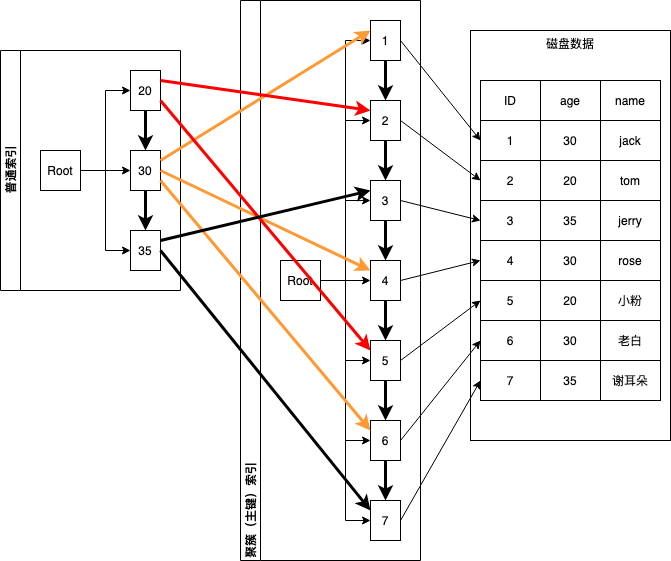
This is mysql-mrr.png from GallantKong/diagram, a draw.io export, as it was before one commit. Source tidied: cells renumbered, new cells last; positions are measured from the earlier drawing's top-left corner, leaving out a move shared by most shapes.
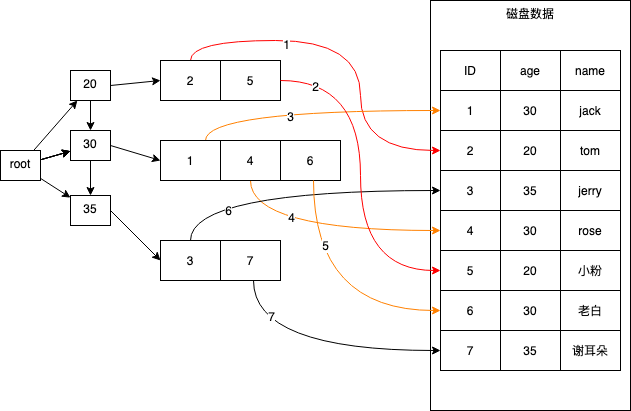
The same diagram one commit later.

Change to the diagram source:
```diff
@@ -5,33 +5,6 @@
     <mxCell id="2" value="磁盘数据" style="rounded=0;whiteSpace=wrap;html=1;labelBackgroundColor=none;verticalAlign=top;" parent="1" vertex="1">
       <mxGeometry x="470" y="30" width="200" height="410" as="geometry" />
     </mxCell>
-    <mxCell id="3" value="普通索引" style="swimlane;html=1;startSize=20;horizontal=0;horizontalTree=1;containerType=tree;" parent="1" vertex="1">
-      <mxGeometry y="50" width="180" height="240" as="geometry" />
-    </mxCell>
-    <mxCell id="4" value="Root" style="whiteSpace=wrap;html=1;" parent="3" vertex="1">
-      <mxGeometry x="40" y="100" width="40" height="40" as="geometry" />
-    </mxCell>
-    <mxCell id="5" value="30" style="whiteSpace=wrap;html=1;" parent="3" vertex="1">
-      <mxGeometry x="130" y="100" width="30" height="40" as="geometry" />
-    </mxCell>
-    <mxCell id="6" style="edgeStyle=elbowEdgeStyle;elbow=horizontal;html=1;rounded=0;" parent="3" edge="1" source="4" target="5">
-      <mxGeometry relative="1" as="geometry" />
-    </mxCell>
-    <mxCell id="7" value="20" style="whiteSpace=wrap;html=1;" parent="3" vertex="1">
-      <mxGeometry x="130" y="20" width="30" height="40" as="geometry" />
-    </mxCell>
-    <mxCell id="8" style="edgeStyle=elbowEdgeStyle;elbow=horizontal;html=1;rounded=0;" parent="3" edge="1" source="4" target="7">
-      <mxGeometry relative="1" as="geometry" />
-    </mxCell>
-    <mxCell id="9" value="35" style="whiteSpace=wrap;html=1;" parent="3" vertex="1">
-      <mxGeometry x="130" y="180" width="30" height="40" as="geometry" />
-    </mxCell>
-    <mxCell id="10" style="edgeStyle=orthogonalEdgeStyle;rounded=0;jettySize=auto;html=1;entryX=0;entryY=0.5;entryDx=0;entryDy=0;" parent="3" edge="1" source="4" target="9">
-      <mxGeometry relative="1" as="geometry" />
-    </mxCell>
-    <mxCell id="11" style="endArrow=classic;html=1;fontSize=12;strokeWidth=3;fillColor=#FF960D;entryX=0.5;entryY=0;entryDx=0;entryDy=0;exitX=0.5;exitY=1;exitDx=0;exitDy=0;" parent="3" edge="1" source="7" target="5">
-      <mxGeometry relative="1" as="geometry" />
-    </mxCell>
     <mxCell id="12" style="shape=table;html=1;whiteSpace=wrap;startSize=0;" parent="1" vertex="1">
       <mxGeometry x="480" y="80" width="180" height="320" as="geometry" />
     </mxCell>
@@ -131,130 +104,131 @@
     <mxCell id="44" value="谢耳朵" style="shape=partialRectangle;html=1;whiteSpace=wrap;overflow=hidden;fillColor=none;top=0;left=0;bottom=0;right=0;" parent="41" vertex="1">
       <mxGeometry x="120" width="60" height="40" as="geometry" />
     </mxCell>
-    <mxCell id="45" value="聚簇（主键）索引" style="swimlane;html=1;startSize=20;horizontal=0;horizontalTree=1;containerType=tree;align=left;" parent="1" vertex="1">
-      <mxGeometry x="240" width="180" height="560" as="geometry" />
-    </mxCell>
-    <mxCell id="46" value="Root" style="whiteSpace=wrap;html=1;" parent="45" vertex="1">
-      <mxGeometry x="40" y="260" width="40" height="40" as="geometry" />
-    </mxCell>
-    <mxCell id="47" value="1" style="whiteSpace=wrap;html=1;" parent="45" vertex="1">
-      <mxGeometry x="130" y="20" width="30" height="40" as="geometry" />
-    </mxCell>
-    <mxCell id="48" style="edgeStyle=elbowEdgeStyle;elbow=horizontal;html=1;rounded=0;" parent="45" edge="1" source="46" target="47">
-      <mxGeometry relative="1" as="geometry" />
-    </mxCell>
-    <mxCell id="49" value="2" style="whiteSpace=wrap;html=1;" parent="45" vertex="1">
-      <mxGeometry x="130" y="100" width="30" height="40" as="geometry" />
-    </mxCell>
-    <mxCell id="50" style="edgeStyle=elbowEdgeStyle;elbow=horizontal;html=1;rounded=0;" parent="45" edge="1" source="46" target="49">
-      <mxGeometry relative="1" as="geometry" />
-    </mxCell>
-    <mxCell id="51" value="3" style="whiteSpace=wrap;html=1;" parent="45" vertex="1">
-      <mxGeometry x="130" y="180" width="30" height="40" as="geometry" />
-    </mxCell>
-    <mxCell id="52" style="edgeStyle=orthogonalEdgeStyle;rounded=0;jettySize=auto;html=1;entryX=0;entryY=0.5;entryDx=0;entryDy=0;" parent="45" edge="1" source="46" target="51">
-      <mxGeometry relative="1" as="geometry" />
-    </mxCell>
-    <mxCell id="53" style="edgeStyle=orthogonalEdgeStyle;rounded=0;jettySize=auto;html=1;entryX=0;entryY=0.5;entryDx=0;entryDy=0;" parent="45" edge="1" source="46" target="54">
-      <mxGeometry relative="1" as="geometry" />
-    </mxCell>
-    <mxCell id="54" value="4" style="whiteSpace=wrap;html=1;" parent="45" vertex="1">
-      <mxGeometry x="130" y="260" width="30" height="40" as="geometry" />
-    </mxCell>
-    <mxCell id="55" style="edgeStyle=orthogonalEdgeStyle;rounded=0;jettySize=auto;html=1;entryX=0;entryY=0.5;entryDx=0;entryDy=0;" parent="45" edge="1" source="46" target="56">
-      <mxGeometry relative="1" as="geometry" />
-    </mxCell>
-    <mxCell id="56" value="5" style="whiteSpace=wrap;html=1;" parent="45" vertex="1">
-      <mxGeometry x="130" y="340" width="30" height="40" as="geometry" />
-    </mxCell>
-    <mxCell id="57" style="edgeStyle=orthogonalEdgeStyle;rounded=0;jettySize=auto;html=1;entryX=0;entryY=0.5;entryDx=0;entryDy=0;" parent="45" edge="1" source="46" target="58">
-      <mxGeometry relative="1" as="geometry" />
-    </mxCell>
-    <mxCell id="58" value="6" style="whiteSpace=wrap;html=1;" parent="45" vertex="1">
-      <mxGeometry x="130" y="420" width="30" height="40" as="geometry" />
-    </mxCell>
-    <mxCell id="59" style="edgeStyle=orthogonalEdgeStyle;rounded=0;jettySize=auto;html=1;entryX=0;entryY=0.5;entryDx=0;entryDy=0;" parent="45" edge="1" source="46" target="60">
-      <mxGeometry relative="1" as="geometry" />
-    </mxCell>
-    <mxCell id="60" value="7" style="whiteSpace=wrap;html=1;" parent="45" vertex="1">
-      <mxGeometry x="130" y="500" width="30" height="40" as="geometry" />
-    </mxCell>
-    <mxCell id="61" style="edgeStyle=none;rounded=0;jettySize=auto;html=1;exitX=1;exitY=0.25;exitDx=0;exitDy=0;entryX=0;entryY=0.25;entryDx=0;entryDy=0;strokeColor=#FF9933;fontSize=22;strokeWidth=3;" parent="1" edge="1" source="5" target="47">
-      <mxGeometry relative="1" as="geometry" />
-    </mxCell>
-    <mxCell id="62" style="edgeStyle=none;rounded=0;jettySize=auto;html=1;exitX=1;exitY=0.5;exitDx=0;exitDy=0;entryX=0;entryY=0.25;entryDx=0;entryDy=0;strokeColor=#FF9933;fontSize=22;strokeWidth=3;" parent="1" edge="1" source="5" target="54">
-      <mxGeometry relative="1" as="geometry" />
-    </mxCell>
-    <mxCell id="63" style="edgeStyle=none;rounded=0;jettySize=auto;html=1;exitX=1;exitY=0.75;exitDx=0;exitDy=0;entryX=0;entryY=0.25;entryDx=0;entryDy=0;strokeColor=#FF9933;fontSize=22;strokeWidth=3;" parent="1" edge="1" source="5" target="58">
-      <mxGeometry relative="1" as="geometry" />
-    </mxCell>
-    <mxCell id="64" style="edgeStyle=none;rounded=0;jettySize=auto;html=1;exitX=1;exitY=0.5;exitDx=0;exitDy=0;entryX=0;entryY=0.5;entryDx=0;entryDy=0;" parent="1" edge="1" source="47" target="17">
-      <mxGeometry relative="1" as="geometry" />
-    </mxCell>
-    <mxCell id="65" style="edgeStyle=none;rounded=0;jettySize=auto;html=1;exitX=1;exitY=0.5;exitDx=0;exitDy=0;entryX=0;entryY=0.5;entryDx=0;entryDy=0;" parent="1" edge="1" source="49" target="21">
-      <mxGeometry relative="1" as="geometry" />
-    </mxCell>
-    <mxCell id="66" style="edgeStyle=none;rounded=0;jettySize=auto;html=1;exitX=1;exitY=0.5;exitDx=0;exitDy=0;entryX=0;entryY=0.5;entryDx=0;entryDy=0;" parent="1" edge="1" source="51" target="25">
-      <mxGeometry relative="1" as="geometry" />
-    </mxCell>
-    <mxCell id="67" style="edgeStyle=none;rounded=0;jettySize=auto;html=1;exitX=1;exitY=0.5;exitDx=0;exitDy=0;entryX=0;entryY=0.5;entryDx=0;entryDy=0;" parent="1" edge="1" source="54" target="29">
-      <mxGeometry relative="1" as="geometry" />
-    </mxCell>
-    <mxCell id="68" style="edgeStyle=none;rounded=0;jettySize=auto;html=1;exitX=1;exitY=0.5;exitDx=0;exitDy=0;entryX=0;entryY=0.5;entryDx=0;entryDy=0;" parent="1" edge="1" source="56" target="33">
-      <mxGeometry relative="1" as="geometry" />
-    </mxCell>
-    <mxCell id="69" style="edgeStyle=none;rounded=0;jettySize=auto;html=1;exitX=1;exitY=0.5;exitDx=0;exitDy=0;entryX=0;entryY=0.5;entryDx=0;entryDy=0;" parent="1" edge="1" source="58" target="37">
-      <mxGeometry relative="1" as="geometry" />
-    </mxCell>
-    <mxCell id="70" style="edgeStyle=none;rounded=0;jettySize=auto;html=1;exitX=1;exitY=0.5;exitDx=0;exitDy=0;entryX=0;entryY=0.5;entryDx=0;entryDy=0;" parent="1" edge="1" source="60" target="41">
-      <mxGeometry relative="1" as="geometry" />
-    </mxCell>
-    <mxCell id="71" style="edgeStyle=none;rounded=0;jettySize=auto;html=1;exitX=1;exitY=0.25;exitDx=0;exitDy=0;entryX=0;entryY=0.25;entryDx=0;entryDy=0;strokeColor=#FF0000;fontStyle=1;fontSize=12;horizontal=1;strokeWidth=3;" parent="1" edge="1" source="7" target="49">
-      <mxGeometry relative="1" as="geometry" />
-    </mxCell>
-    <mxCell id="72" style="edgeStyle=none;rounded=0;jettySize=auto;html=1;exitX=1;exitY=0.75;exitDx=0;exitDy=0;entryX=0;entryY=0.25;entryDx=0;entryDy=0;strokeColor=#FF0000;fontSize=22;strokeWidth=3;" parent="1" edge="1" source="7" target="56">
-      <mxGeometry relative="1" as="geometry" />
-    </mxCell>
-    <mxCell id="73" style="edgeStyle=none;rounded=0;jettySize=auto;html=1;exitX=1;exitY=0.25;exitDx=0;exitDy=0;entryX=0;entryY=0.25;entryDx=0;entryDy=0;fontSize=22;strokeWidth=3;" parent="1" edge="1" source="9" target="51">
-      <mxGeometry relative="1" as="geometry" />
-    </mxCell>
-    <mxCell id="74" style="edgeStyle=none;rounded=0;jettySize=auto;html=1;exitX=1;exitY=0.5;exitDx=0;exitDy=0;entryX=0;entryY=0.25;entryDx=0;entryDy=0;fillColor=#FF960D;fontSize=22;strokeWidth=3;" parent="1" edge="1" source="9" target="60">
-      <mxGeometry relative="1" as="geometry" />
-    </mxCell>
-    <mxCell id="75" style="endArrow=classic;html=1;fontSize=12;strokeWidth=3;fillColor=#FF960D;entryX=0.5;entryY=0;entryDx=0;entryDy=0;" parent="1" edge="1" target="9">
-      <mxGeometry relative="1" as="geometry">
-        <mxPoint x="145" y="190" as="sourcePoint" />
-      </mxGeometry>
-    </mxCell>
-    <mxCell id="76" style="endArrow=classic;html=1;fontSize=12;strokeWidth=3;fillColor=#FF960D;exitX=0.5;exitY=1;exitDx=0;exitDy=0;" parent="1" edge="1" source="47">
-      <mxGeometry relative="1" as="geometry">
-        <mxPoint x="385" y="100" as="targetPoint" />
-      </mxGeometry>
-    </mxCell>
-    <mxCell id="77" style="endArrow=classic;html=1;fontSize=12;strokeWidth=3;fillColor=#FF960D;entryX=0.5;entryY=0;entryDx=0;entryDy=0;" parent="1" edge="1" target="51">
-      <mxGeometry relative="1" as="geometry">
-        <mxPoint x="385" y="140" as="sourcePoint" />
-      </mxGeometry>
-    </mxCell>
-    <mxCell id="78" style="endArrow=classic;html=1;fontSize=12;strokeWidth=3;fillColor=#FF960D;entryX=0.5;entryY=0;entryDx=0;entryDy=0;" parent="1" edge="1" target="54">
-      <mxGeometry relative="1" as="geometry">
-        <mxPoint x="385" y="220" as="sourcePoint" />
-      </mxGeometry>
-    </mxCell>
-    <mxCell id="79" style="endArrow=classic;html=1;fontSize=12;strokeWidth=3;fillColor=#FF960D;entryX=0.5;entryY=0;entryDx=0;entryDy=0;" parent="1" edge="1" target="60">
-      <mxGeometry relative="1" as="geometry">
-        <mxPoint x="385" y="460" as="sourcePoint" />
-      </mxGeometry>
-    </mxCell>
-    <mxCell id="80" style="endArrow=classic;html=1;fontSize=12;strokeWidth=3;fillColor=#FF960D;entryX=0.5;entryY=0;entryDx=0;entryDy=0;" parent="1" edge="1" target="58">
-      <mxGeometry relative="1" as="geometry">
-        <mxPoint x="385" y="380" as="sourcePoint" />
-      </mxGeometry>
-    </mxCell>
-    <mxCell id="81" style="endArrow=classic;html=1;fontSize=12;strokeWidth=3;fillColor=#FF960D;exitX=0.5;exitY=1;exitDx=0;exitDy=0;" parent="1" edge="1" source="54">
-      <mxGeometry relative="1" as="geometry">
-        <mxPoint x="385" y="340" as="targetPoint" />
-      </mxGeometry>
-    </mxCell>
+    <mxCell id="82" style="edgeStyle=none;rounded=0;jettySize=auto;html=1;fontSize=12;strokeColor=#000000;strokeWidth=1;fillColor=#FF960D;" parent="1" edge="1" source="88" target="7">
+      <mxGeometry relative="1" as="geometry" />
+    </mxCell>
+    <mxCell id="83" style="edgeStyle=none;rounded=0;jettySize=auto;html=1;fontSize=12;strokeColor=#000000;strokeWidth=1;fillColor=#FF960D;" parent="1" edge="1" source="88" target="5">
+      <mxGeometry relative="1" as="geometry" />
+    </mxCell>
+    <mxCell id="84" style="edgeStyle=none;rounded=0;jettySize=auto;html=1;fontSize=12;strokeColor=#000000;strokeWidth=1;fillColor=#FF960D;" parent="1" edge="1" source="88" target="5">
+      <mxGeometry relative="1" as="geometry" />
+    </mxCell>
+    <mxCell id="85" style="edgeStyle=none;rounded=0;jettySize=auto;html=1;fontSize=12;strokeColor=#000000;strokeWidth=1;fillColor=#FF960D;" parent="1" edge="1" source="88" target="5">
+      <mxGeometry relative="1" as="geometry" />
+    </mxCell>
+    <mxCell id="86" style="edgeStyle=none;rounded=0;jettySize=auto;html=1;fontSize=12;strokeColor=#000000;strokeWidth=1;fillColor=#FF960D;" parent="1" edge="1" source="88" target="5">
+      <mxGeometry relative="1" as="geometry" />
+    </mxCell>
+    <mxCell id="87" style="edgeStyle=none;rounded=0;jettySize=auto;html=1;fontSize=12;strokeColor=#000000;strokeWidth=1;fillColor=#FF960D;" parent="1" edge="1" source="88" target="9">
+      <mxGeometry relative="1" as="geometry" />
+    </mxCell>
+    <mxCell id="88" value="&lt;font style=&quot;font-size: 12px&quot;&gt;root&lt;/font&gt;" style="rounded=0;whiteSpace=wrap;html=1;labelBackgroundColor=none;fontSize=12;verticalAlign=top;" parent="1" vertex="1">
+      <mxGeometry x="40" y="180" width="40" height="30" as="geometry" />
+    </mxCell>
+    <mxCell id="11" style="edgeStyle=none;rounded=0;jettySize=auto;html=1;exitX=0.5;exitY=1;exitDx=0;exitDy=0;entryX=0.5;entryY=0;entryDx=0;entryDy=0;fontSize=12;strokeColor=#000000;strokeWidth=1;fillColor=#FF960D;" parent="1" edge="1" source="7" target="5">
+      <mxGeometry relative="1" as="geometry" />
+    </mxCell>
+    <mxCell id="89" style="edgeStyle=none;rounded=0;jettySize=auto;html=1;exitX=1;exitY=0.5;exitDx=0;exitDy=0;entryX=0;entryY=0.5;entryDx=0;entryDy=0;fontSize=12;strokeColor=#000000;strokeWidth=1;fillColor=#FF960D;" parent="1" edge="1" source="7" target="96">
+      <mxGeometry relative="1" as="geometry" />
+    </mxCell>
+    <mxCell id="7" value="&lt;font style=&quot;font-size: 12px&quot;&gt;20&lt;/font&gt;" style="rounded=0;whiteSpace=wrap;html=1;labelBackgroundColor=none;fontSize=12;verticalAlign=top;" parent="1" vertex="1">
+      <mxGeometry x="110" y="100" width="40" height="30" as="geometry" />
+    </mxCell>
+    <mxCell id="90" style="edgeStyle=none;rounded=0;jettySize=auto;html=1;exitX=0.5;exitY=1;exitDx=0;exitDy=0;entryX=0.5;entryY=0;entryDx=0;entryDy=0;fontSize=12;strokeColor=#000000;strokeWidth=1;fillColor=#FF960D;" parent="1" edge="1" source="5" target="9">
+      <mxGeometry relative="1" as="geometry" />
+    </mxCell>
+    <mxCell id="91" style="edgeStyle=none;rounded=0;jettySize=auto;html=1;exitX=1;exitY=0.5;exitDx=0;exitDy=0;entryX=0;entryY=0.5;entryDx=0;entryDy=0;fontSize=12;strokeColor=#000000;strokeWidth=1;fillColor=#FF960D;" parent="1" edge="1" source="5" target="104">
+      <mxGeometry relative="1" as="geometry" />
+    </mxCell>
+    <mxCell id="5" value="&lt;font style=&quot;font-size: 12px&quot;&gt;30&lt;/font&gt;" style="rounded=0;whiteSpace=wrap;html=1;labelBackgroundColor=none;fontSize=12;verticalAlign=top;" parent="1" vertex="1">
+      <mxGeometry x="110" y="160" width="40" height="30" as="geometry" />
+    </mxCell>
+    <mxCell id="92" style="edgeStyle=none;rounded=0;jettySize=auto;html=1;exitX=1;exitY=0.5;exitDx=0;exitDy=0;entryX=0;entryY=0.5;entryDx=0;entryDy=0;fontSize=12;strokeColor=#000000;strokeWidth=1;fillColor=#FF960D;" parent="1" edge="1" source="9" target="111">
+      <mxGeometry relative="1" as="geometry" />
+    </mxCell>
+    <mxCell id="9" value="&lt;font style=&quot;font-size: 12px&quot;&gt;35&lt;/font&gt;" style="rounded=0;whiteSpace=wrap;html=1;labelBackgroundColor=none;fontSize=12;verticalAlign=top;" parent="1" vertex="1">
+      <mxGeometry x="110" y="225" width="40" height="30" as="geometry" />
+    </mxCell>
+    <mxCell id="93" style="edgeStyle=orthogonalEdgeStyle;curved=1;rounded=0;jettySize=auto;html=1;exitX=0.25;exitY=0;exitDx=0;exitDy=0;entryX=0;entryY=0.5;entryDx=0;entryDy=0;fontSize=12;strokeColor=#FF0000;strokeWidth=1;fillColor=#FF960D;" parent="1" edge="1" source="95" target="21">
+      <mxGeometry relative="1" as="geometry" />
+    </mxCell>
+    <mxCell id="94" value="1" style="edgeLabel;html=1;align=center;verticalAlign=middle;fontSize=12;" parent="93" vertex="1">
+      <mxGeometry x="-0.39" y="-3" relative="1" as="geometry" />
+    </mxCell>
+    <mxCell id="95" style="shape=table;html=1;whiteSpace=wrap;startSize=0;" parent="1" vertex="1">
+      <mxGeometry x="200" y="90" width="120" height="40" as="geometry" />
+    </mxCell>
+    <mxCell id="96" style="shape=partialRectangle;html=1;whiteSpace=wrap;fillColor=none;top=0;left=0;bottom=0;right=0;points=[[0,0.5],[1,0.5]];portConstraint=eastwest;" parent="95" vertex="1">
+      <mxGeometry width="120" height="40" as="geometry" />
+    </mxCell>
+    <mxCell id="97" value="2" style="shape=partialRectangle;html=1;whiteSpace=wrap;overflow=hidden;fillColor=none;top=0;left=0;bottom=0;right=0;" parent="96" vertex="1">
+      <mxGeometry width="60" height="40" as="geometry" />
+    </mxCell>
+    <mxCell id="98" value="5" style="shape=partialRectangle;html=1;whiteSpace=wrap;overflow=hidden;fillColor=none;top=0;left=0;bottom=0;right=0;" parent="96" vertex="1">
+      <mxGeometry x="60" width="60" height="40" as="geometry" />
+    </mxCell>
+    <mxCell id="99" style="edgeStyle=orthogonalEdgeStyle;curved=1;rounded=0;jettySize=auto;html=1;exitX=0.25;exitY=0;exitDx=0;exitDy=0;entryX=0;entryY=0.5;entryDx=0;entryDy=0;fontSize=12;strokeColor=#FF8000;strokeWidth=1;fillColor=#FF960D;" parent="1" edge="1" source="103" target="17">
+      <mxGeometry relative="1" as="geometry" />
+    </mxCell>
+    <mxCell id="100" value="3" style="edgeLabel;html=1;align=center;verticalAlign=middle;fontSize=12;" parent="99" vertex="1">
+      <mxGeometry x="-0.14" y="-5" relative="1" as="geometry" />
+    </mxCell>
+    <mxCell id="101" style="edgeStyle=orthogonalEdgeStyle;curved=1;rounded=0;jettySize=auto;html=1;exitX=0.5;exitY=1;exitDx=0;exitDy=0;entryX=0;entryY=0.5;entryDx=0;entryDy=0;fontSize=12;strokeColor=#FF8000;strokeWidth=1;fillColor=#FF960D;exitPerimeter=0;" parent="1" edge="1" source="104" target="29">
+      <mxGeometry relative="1" as="geometry" />
+    </mxCell>
+    <mxCell id="102" value="4" style="edgeLabel;html=1;align=center;verticalAlign=middle;fontSize=12;" parent="101" vertex="1">
+      <mxGeometry x="-0.25" y="14" relative="1" as="geometry" />
+    </mxCell>
+    <mxCell id="103" style="shape=table;html=1;whiteSpace=wrap;startSize=0;" parent="1" vertex="1">
+      <mxGeometry x="200" y="170" width="180" height="40" as="geometry" />
+    </mxCell>
+    <mxCell id="104" style="shape=partialRectangle;html=1;whiteSpace=wrap;fillColor=none;top=0;left=0;bottom=0;right=0;points=[[0,0.5],[1,0.5]];portConstraint=eastwest;" parent="103" vertex="1">
+      <mxGeometry width="180" height="40" as="geometry" />
+    </mxCell>
+    <mxCell id="105" value="1" style="shape=partialRectangle;html=1;whiteSpace=wrap;overflow=hidden;fillColor=none;top=0;left=0;bottom=0;right=0;" parent="104" vertex="1">
+      <mxGeometry width="60" height="40" as="geometry" />
+    </mxCell>
+    <mxCell id="106" value="4" style="shape=partialRectangle;html=1;whiteSpace=wrap;overflow=hidden;fillColor=none;top=0;left=0;bottom=0;right=0;" parent="104" vertex="1">
+      <mxGeometry x="60" width="60" height="40" as="geometry" />
+    </mxCell>
+    <mxCell id="107" value="6" style="shape=partialRectangle;html=1;whiteSpace=wrap;overflow=hidden;fillColor=none;top=0;left=0;bottom=0;right=0;" parent="104" vertex="1">
+      <mxGeometry x="120" width="60" height="40" as="geometry" />
+    </mxCell>
+    <mxCell id="108" style="edgeStyle=orthogonalEdgeStyle;curved=1;rounded=0;jettySize=auto;html=1;exitX=0.25;exitY=0;exitDx=0;exitDy=0;entryX=0;entryY=0.5;entryDx=0;entryDy=0;fontSize=12;strokeColor=#000000;strokeWidth=1;fillColor=#FF960D;" parent="1" edge="1" source="110" target="25">
+      <mxGeometry relative="1" as="geometry" />
+    </mxCell>
+    <mxCell id="109" value="6" style="edgeLabel;html=1;align=center;verticalAlign=middle;fontSize=12;" parent="108" vertex="1">
+      <mxGeometry x="-0.42" y="-19" relative="1" as="geometry" />
+    </mxCell>
+    <mxCell id="110" style="shape=table;html=1;whiteSpace=wrap;startSize=0;" parent="1" vertex="1">
+      <mxGeometry x="200" y="270" width="120" height="40" as="geometry" />
+    </mxCell>
+    <mxCell id="111" style="shape=partialRectangle;html=1;whiteSpace=wrap;fillColor=none;top=0;left=0;bottom=0;right=0;points=[[0,0.5],[1,0.5]];portConstraint=eastwest;" parent="110" vertex="1">
+      <mxGeometry width="120" height="40" as="geometry" />
+    </mxCell>
+    <mxCell id="112" value="3" style="shape=partialRectangle;html=1;whiteSpace=wrap;overflow=hidden;fillColor=none;top=0;left=0;bottom=0;right=0;" parent="111" vertex="1">
+      <mxGeometry width="60" height="40" as="geometry" />
+    </mxCell>
+    <mxCell id="113" value="7" style="shape=partialRectangle;html=1;whiteSpace=wrap;overflow=hidden;fillColor=none;top=0;left=0;bottom=0;right=0;" parent="111" vertex="1">
+      <mxGeometry x="60" width="60" height="40" as="geometry" />
+    </mxCell>
+    <mxCell id="114" style="edgeStyle=orthogonalEdgeStyle;curved=1;rounded=0;jettySize=auto;html=1;exitX=1;exitY=0.5;exitDx=0;exitDy=0;entryX=0;entryY=0.5;entryDx=0;entryDy=0;fontSize=12;strokeColor=#FF0000;strokeWidth=1;fillColor=#FF960D;" parent="1" edge="1" source="96" target="33">
+      <mxGeometry relative="1" as="geometry" />
+    </mxCell>
+    <mxCell id="115" value="2" style="edgeLabel;html=1;align=center;verticalAlign=middle;fontSize=12;" parent="114" vertex="1">
+      <mxGeometry x="-0.81" y="-5" relative="1" as="geometry" />
+    </mxCell>
+    <mxCell id="116" style="edgeStyle=orthogonalEdgeStyle;curved=1;rounded=0;jettySize=auto;html=1;exitX=0.85;exitY=1;exitDx=0;exitDy=0;entryX=0;entryY=0.5;entryDx=0;entryDy=0;fontSize=12;strokeColor=#FF8000;strokeWidth=1;fillColor=#FF960D;exitPerimeter=0;" parent="1" edge="1" source="104" target="37">
+      <mxGeometry relative="1" as="geometry" />
+    </mxCell>
+    <mxCell id="117" value="5" style="edgeLabel;html=1;align=center;verticalAlign=middle;fontSize=12;" parent="116" vertex="1">
+      <mxGeometry x="-0.5" y="11" relative="1" as="geometry" />
+    </mxCell>
+    <mxCell id="118" style="edgeStyle=orthogonalEdgeStyle;curved=1;rounded=0;jettySize=auto;html=1;exitX=0.775;exitY=1;exitDx=0;exitDy=0;entryX=0;entryY=0.5;entryDx=0;entryDy=0;fontSize=12;strokeColor=#000000;strokeWidth=1;fillColor=#FF960D;exitPerimeter=0;" parent="1" edge="1" source="111" target="41">
+      <mxGeometry relative="1" as="geometry" />
+    </mxCell>
+    <mxCell id="119" value="7" style="edgeLabel;html=1;align=center;verticalAlign=middle;fontSize=12;" parent="118" vertex="1">
+      <mxGeometry x="-0.73" y="17" relative="1" as="geometry" />
+    </mxCell>
   </root>
 </mxGraphModel>
```
